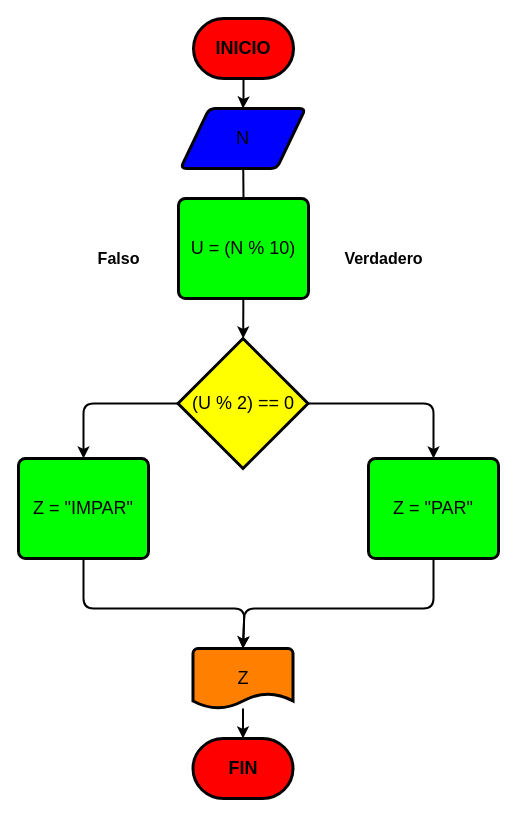
Before: ultimo-numero-par-impar/ultimo-numero-par-impar.drawio in sanmacorz/ejercicios-fundamentos, a draw.io diagram. Source tidied: cells renumbered, new cells numbered last; positions are measured from the earlier drawing's top-left corner, leaving out a move shared by most shapes. Both pictures are drawn from the tidied source at 100%, with x=0, y=0 at pixel (18, 18).
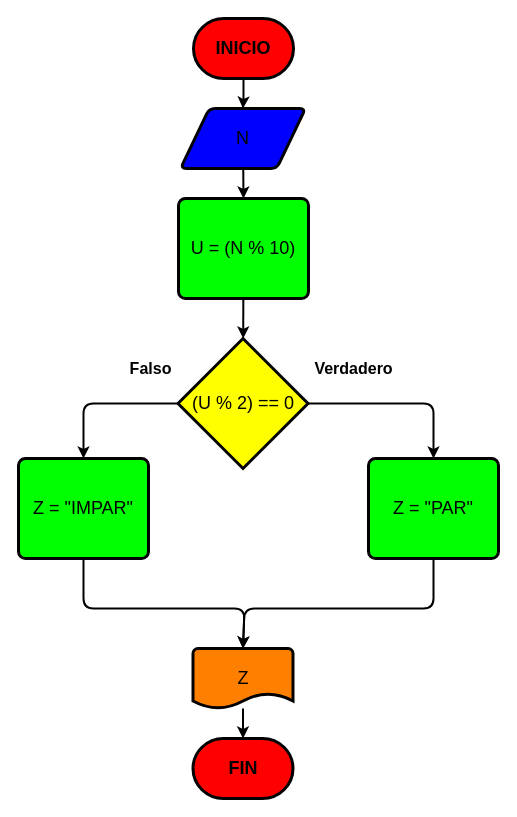
Above is the later version.

Commit message (it also covers changes not shown here):
Agregando el taller número 2, además de algunos arreglos a diagramas

The change refers to these unchanged cells:
```xml
<mxCell id="3" value="&lt;font style=&quot;font-size: 18px&quot;&gt;N&lt;br&gt;&lt;/font&gt;" style="shape=parallelogram;html=1;strokeWidth=3;perimeter=parallelogramPerimeter;whiteSpace=wrap;rounded=1;arcSize=12;size=0.23;fillColor=#0000FF;fontColor=#000000;strokeColor=#000000;" parent="1" vertex="1">
  <mxGeometry x="162" y="90" width="125" height="60" as="geometry" />
</mxCell>
<mxCell id="18" value="&lt;div&gt;&lt;span style=&quot;font-size: 18px&quot;&gt;U = (N % 10)&lt;/span&gt;&lt;/div&gt;" style="rounded=1;whiteSpace=wrap;html=1;absoluteArcSize=1;arcSize=14;strokeWidth=3;fillColor=#00FF00;fontColor=#000000;strokeColor=#000000;" parent="1" vertex="1">
  <mxGeometry x="160" y="180" width="130" height="100" as="geometry" />
</mxCell>
```

Change to the diagram source:
```diff
@@
     <mxCell id="14" value="&lt;b&gt;&lt;font style=&quot;font-size: 16px&quot;&gt;Falso&lt;/font&gt;&lt;/b&gt;" style="text;html=1;align=center;verticalAlign=middle;strokeColor=none;fillColor=none;fontColor=#000000;" parent="1" vertex="1">
-      <mxGeometry x="70" y="230" width="60" height="20" as="geometry" />
+      <mxGeometry x="102" y="340" width="60" height="20" as="geometry" />
     </mxCell>
     <mxCell id="15" value="&lt;b&gt;&lt;font style=&quot;font-size: 16px&quot;&gt;Verdadero&lt;/font&gt;&lt;/b&gt;" style="text;html=1;align=center;verticalAlign=middle;strokeColor=none;fillColor=none;fontSize=16;fontColor=#000000;" parent="1" vertex="1">
-      <mxGeometry x="320" y="230" width="90" height="20" as="geometry" />
+      <mxGeometry x="290" y="340" width="90" height="20" as="geometry" />
     </mxCell>
@@
-    <mxCell id="19" style="edgeStyle=none;html=1;strokeColor=#000000;strokeWidth=2;endArrow=none;entryX=0.5;entryY=0;entryDx=0;entryDy=0;" parent="1" edge="1" source="3" target="18">
+    <mxCell id="19" style="edgeStyle=none;html=1;strokeColor=#000000;strokeWidth=2;endArrow=classic;entryX=0.5;entryY=0;entryDx=0;entryDy=0;endFill=1;" parent="1" edge="1" source="3" target="18">
       <mxGeometry relative="1" as="geometry" />
     </mxCell>
```
